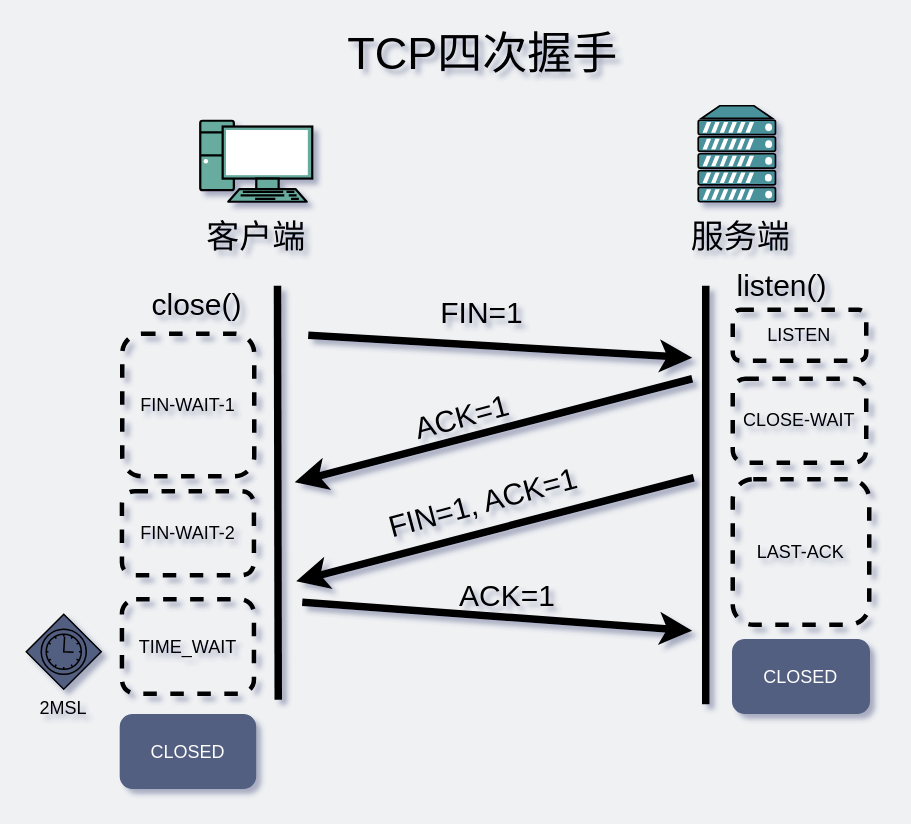
This is network/TCP四次挥手.drawio from xiaobaiTech/image, a draw.io file, before an edit. Source tidied: cells renumbered, new cells numbered last; positions are measured from the earlier drawing's top-left corner, leaving out a move shared by most shapes. Both pictures are drawn from the tidied source at 150%, with x=0, y=0 at pixel (26, 32).
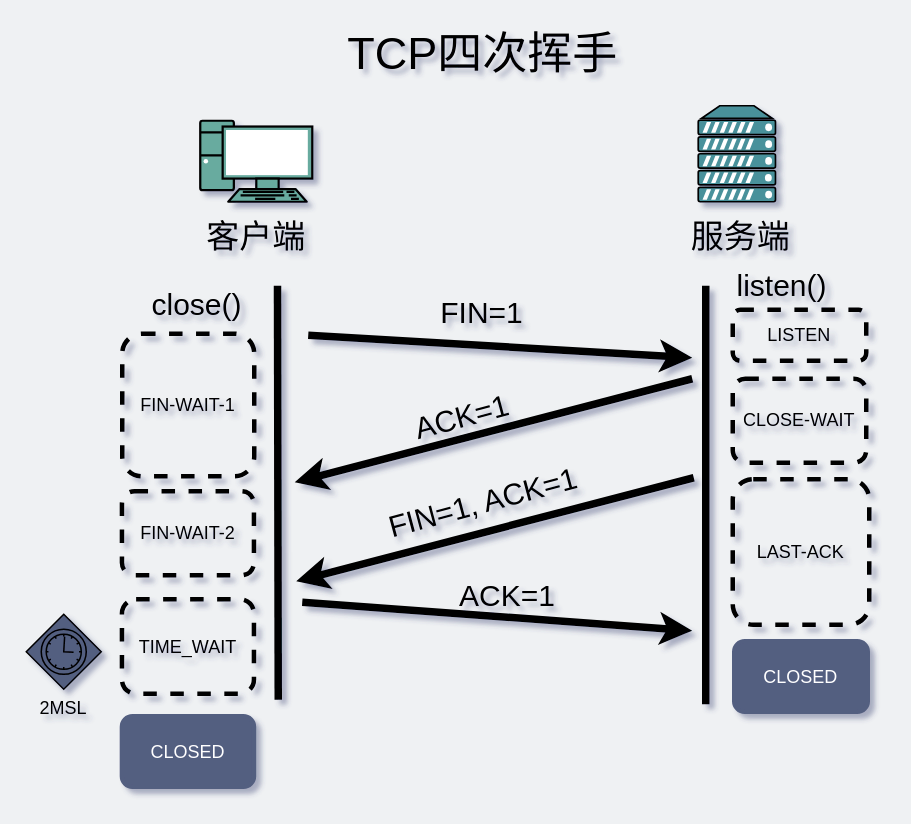
Above is the later version.

Change to the diagram source:
```diff
@@
-    <mxCell id="6" value="&lt;font style=&quot;font-size: 30px&quot;&gt;TCP四次握手&lt;/font&gt;" style="text;html=1;strokeColor=none;fillColor=none;align=center;verticalAlign=middle;whiteSpace=wrap;rounded=0;" parent="1" vertex="1">
+    <mxCell id="6" value="&lt;font style=&quot;font-size: 30px&quot;&gt;TCP四次挥手&lt;/font&gt;" style="text;html=1;strokeColor=none;fillColor=none;align=center;verticalAlign=middle;whiteSpace=wrap;rounded=0;" parent="1" vertex="1">
       <mxGeometry x="106.5" width="395" height="28" as="geometry" />
     </mxCell>
```
